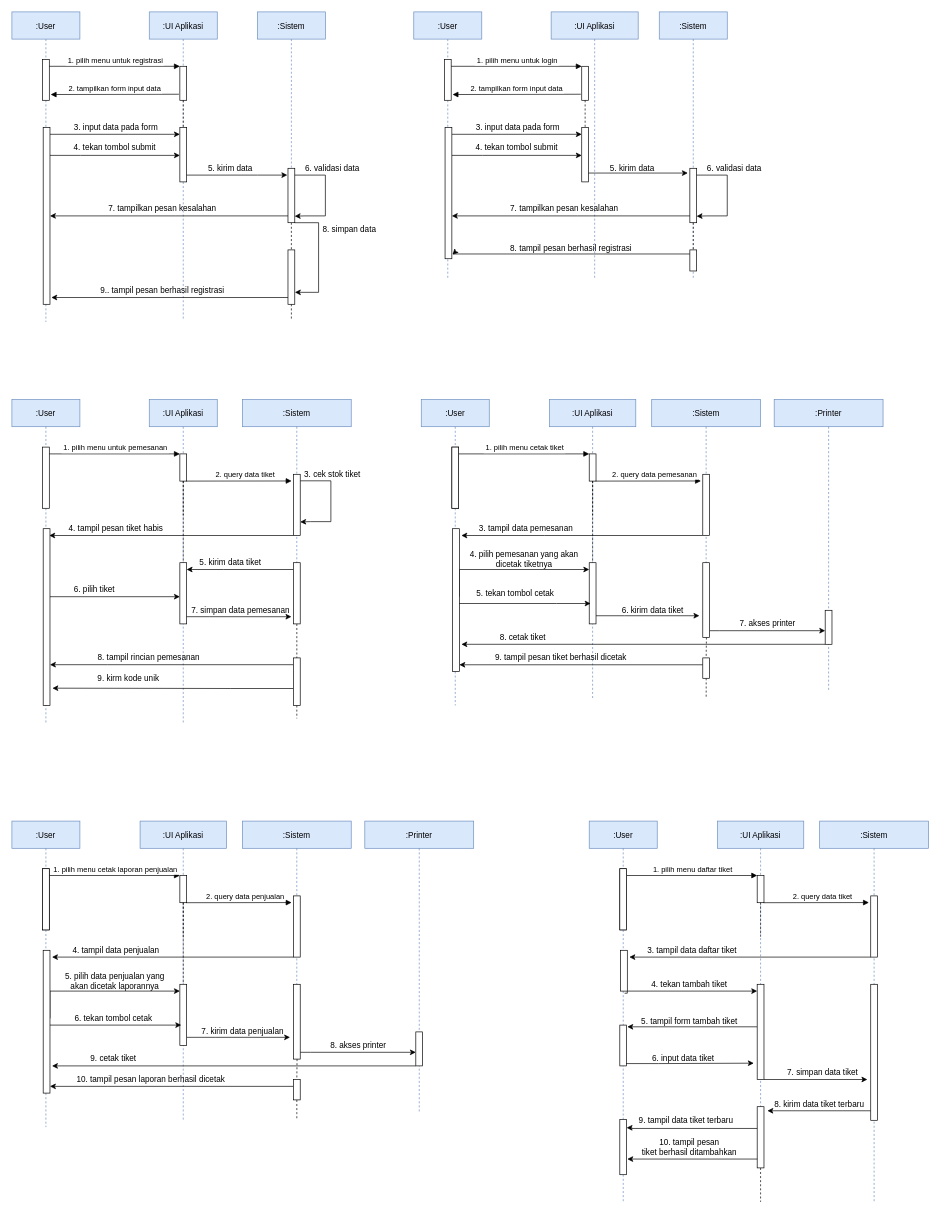
ricky3knowhere/IF214002 keeps this draw.io diagram as sequenceDiagram.drawio. Above is the earlier version. Source tidied: cells renumbered, new cells numbered last; positions are measured from the earlier drawing's top-left corner, leaving out a move shared by most shapes. Both pictures are drawn from the tidied source at 68%, with x=0, y=0 at pixel (12, 12).
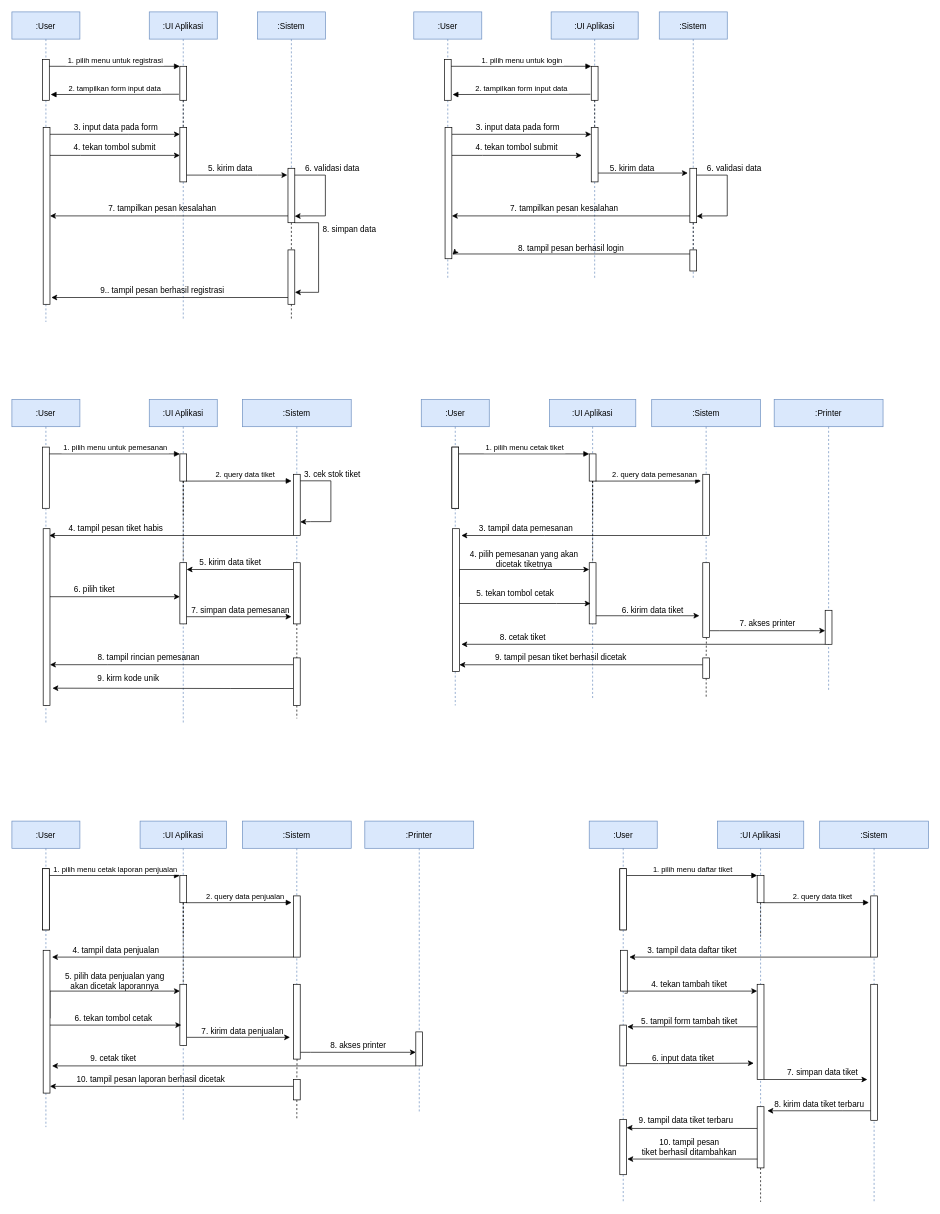
After the change.

The change refers to these unchanged cells:
```xml
<mxCell id="36" value=":UI Aplikasi" style="shape=umlLifeline;perimeter=lifelinePerimeter;rounded=0;shadow=0;strokeWidth=1;fillColor=#dae8fc;strokeColor=#6c8ebf;" parent="1" vertex="1">
  <mxGeometry x="793" width="128" height="393" as="geometry" />
</mxCell>
```

What changed in the source:
```diff
@@
     <mxCell id="37" style="points=[];perimeter=orthogonalPerimeter;rounded=0;shadow=0;strokeWidth=1;" parent="36" vertex="1">
-      <mxGeometry x="45" y="80" width="10" height="50" as="geometry" />
+      <mxGeometry x="59" y="80" width="10" height="50" as="geometry" />
     </mxCell>
     <mxCell id="38" style="points=[];perimeter=orthogonalPerimeter;rounded=0;shadow=0;strokeWidth=1;" parent="36" vertex="1">
-      <mxGeometry x="45" y="170" width="10" height="80" as="geometry" />
+      <mxGeometry x="59" y="170" width="10" height="80" as="geometry" />
     </mxCell>
@@
-    <mxCell id="40" value="8. tampil pesan berhasil registrasi" style="text;html=1;align=center;verticalAlign=middle;strokeColor=none;fillColor=none;" parent="36" vertex="1">
-      <mxGeometry x="-65" y="339" width="187" height="18" as="geometry" />
+    <mxCell id="40" value="8. tampil pesan berhasil login" style="text;html=1;align=center;verticalAlign=middle;strokeColor=none;fillColor=none;" parent="36" vertex="1">
+      <mxGeometry x="-53" y="339" width="163" height="18" as="geometry" />
     </mxCell>
```
